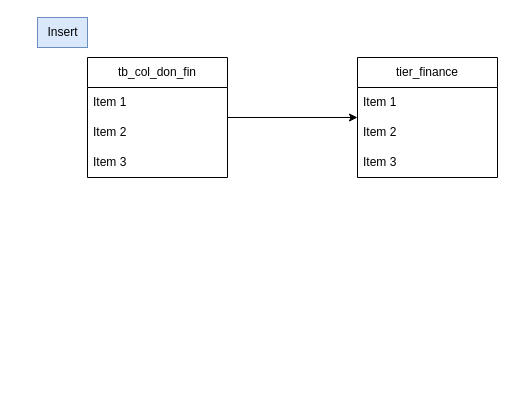
Before: page "tiers_finance" (5 of 5) of schema_laurent.drawio in wunyu/drawio, a draw.io diagram. Source tidied: cells renumbered, new cells numbered last; positions are measured from the earlier drawing's top-left corner, leaving out a move shared by most shapes. Both pictures are drawn from the tidied source at 100%, with x=0, y=0 at pixel (37, 17).
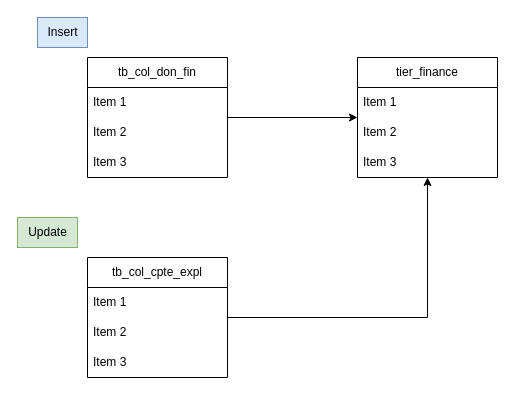
After the change.

The edit, as a diff of the source:
```diff
@@
 <mxGraphModel>
   <root>
     <mxCell id="0" />
     <mxCell id="1" parent="0" />
     <mxCell id="2" value="tier_finance" style="swimlane;fontStyle=0;horizontal=1;startSize=30;whiteSpace=wrap;html=1;" parent="1" vertex="1">
       <mxGeometry x="320" y="40" width="140" height="120" as="geometry" />
     </mxCell>
     <mxCell id="3" value="Item 1" style="text;strokeColor=none;fillColor=none;align=left;verticalAlign=middle;spacingLeft=4;spacingRight=4;overflow=hidden;whiteSpace=wrap;html=1;" parent="2" vertex="1">
       <mxGeometry y="30" width="140" height="30" as="geometry" />
     </mxCell>
     <mxCell id="4" value="Item 2" style="text;strokeColor=none;fillColor=none;align=left;verticalAlign=middle;spacingLeft=4;spacingRight=4;overflow=hidden;whiteSpace=wrap;html=1;" parent="2" vertex="1">
       <mxGeometry y="60" width="140" height="30" as="geometry" />
     </mxCell>
     <mxCell id="5" value="Item 3" style="text;strokeColor=none;fillColor=none;align=left;verticalAlign=middle;spacingLeft=4;spacingRight=4;overflow=hidden;whiteSpace=wrap;html=1;" parent="2" vertex="1">
       <mxGeometry y="90" width="140" height="30" as="geometry" />
     </mxCell>
     <mxCell id="6" style="edgeStyle=orthogonalEdgeStyle;rounded=0;jettySize=auto;html=1;" parent="1" edge="1" source="7" target="2">
       <mxGeometry relative="1" as="geometry" />
     </mxCell>
     <mxCell id="7" value="tb_col_don_fin" style="swimlane;fontStyle=0;horizontal=1;startSize=30;whiteSpace=wrap;html=1;" parent="1" vertex="1">
       <mxGeometry x="50" y="40" width="140" height="120" as="geometry" />
     </mxCell>
     <mxCell id="8" value="Item 1" style="text;strokeColor=none;fillColor=none;align=left;verticalAlign=middle;spacingLeft=4;spacingRight=4;overflow=hidden;whiteSpace=wrap;html=1;" parent="7" vertex="1">
       <mxGeometry y="30" width="140" height="30" as="geometry" />
     </mxCell>
     <mxCell id="9" value="Item 2" style="text;strokeColor=none;fillColor=none;align=left;verticalAlign=middle;spacingLeft=4;spacingRight=4;overflow=hidden;whiteSpace=wrap;html=1;" parent="7" vertex="1">
       <mxGeometry y="60" width="140" height="30" as="geometry" />
     </mxCell>
     <mxCell id="10" value="Item 3" style="text;strokeColor=none;fillColor=none;align=left;verticalAlign=middle;spacingLeft=4;spacingRight=4;overflow=hidden;whiteSpace=wrap;html=1;" parent="7" vertex="1">
       <mxGeometry y="90" width="140" height="30" as="geometry" />
     </mxCell>
     <mxCell id="11" value="Insert" style="text;html=1;align=center;verticalAlign=middle;strokeColor=#6c8ebf;fillColor=#dae8fc;" parent="1" vertex="1">
       <mxGeometry width="50" height="30" as="geometry" />
     </mxCell>
+    <mxCell id="12" style="edgeStyle=orthogonalEdgeStyle;rounded=0;jettySize=auto;html=1;" parent="1" edge="1" source="13" target="2">
+      <mxGeometry relative="1" as="geometry" />
+    </mxCell>
+    <mxCell id="13" value="tb_col_cpte_expl" style="swimlane;fontStyle=0;horizontal=1;startSize=30;whiteSpace=wrap;html=1;" parent="1" vertex="1">
+      <mxGeometry x="50" y="240" width="140" height="120" as="geometry" />
+    </mxCell>
+    <mxCell id="14" value="Item 1" style="text;strokeColor=none;fillColor=none;align=left;verticalAlign=middle;spacingLeft=4;spacingRight=4;overflow=hidden;whiteSpace=wrap;html=1;" parent="13" vertex="1">
+      <mxGeometry y="30" width="140" height="30" as="geometry" />
+    </mxCell>
+    <mxCell id="15" value="Item 2" style="text;strokeColor=none;fillColor=none;align=left;verticalAlign=middle;spacingLeft=4;spacingRight=4;overflow=hidden;whiteSpace=wrap;html=1;" parent="13" vertex="1">
+      <mxGeometry y="60" width="140" height="30" as="geometry" />
+    </mxCell>
+    <mxCell id="16" value="Item 3" style="text;strokeColor=none;fillColor=none;align=left;verticalAlign=middle;spacingLeft=4;spacingRight=4;overflow=hidden;whiteSpace=wrap;html=1;" parent="13" vertex="1">
+      <mxGeometry y="90" width="140" height="30" as="geometry" />
+    </mxCell>
+    <mxCell id="17" value="Update" style="text;html=1;align=center;verticalAlign=middle;strokeColor=#82b366;fillColor=#d5e8d4;" parent="1" vertex="1">
+      <mxGeometry x="-20" y="200" width="60" height="30" as="geometry" />
+    </mxCell>
   </root>
 </mxGraphModel>
```
